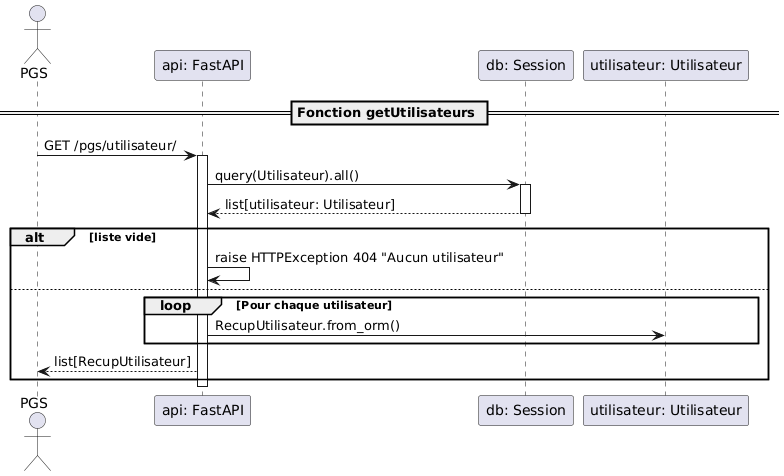
The PlantUML diagram BDD/Diagrammes/Séquence/PGS/getUtilisateurs.png in RobinMartineau/Acc-s-campus-, before a commit.
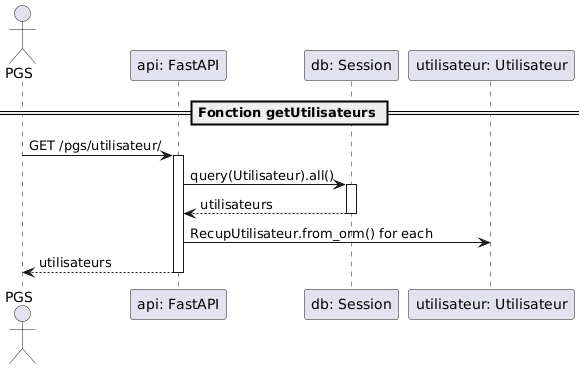
After the change.

Diff of the diagram source:
```diff
@@ -1,26 +1,19 @@
 @startuml
-== Fonction getUtilisateurs ==
 actor PGS
 participant "api: FastAPI"
 participant "db: Session"
 participant "utilisateur: Utilisateur"
 
+== Fonction getUtilisateurs ==
 PGS -> "api: FastAPI" : GET /pgs/utilisateur/
 activate "api: FastAPI"
 
 "api: FastAPI" -> "db: Session" : query(Utilisateur).all()
 activate "db: Session"
-"db: Session" --> "api: FastAPI" : list[utilisateur: Utilisateur]
+"db: Session" --> "api: FastAPI" : utilisateurs
 deactivate "db: Session"
 
-alt liste vide
-    "api: FastAPI" -> "api: FastAPI" : raise HTTPException 404 "Aucun utilisateur"
-else
-    loop Pour chaque utilisateur
-        "api: FastAPI" -> "utilisateur: Utilisateur" : RecupUtilisateur.from_orm()
-    end
-    "api: FastAPI" --> PGS : list[RecupUtilisateur]
-end
-
+"api: FastAPI" -> "utilisateur: Utilisateur" : RecupUtilisateur.from_orm() for each
+"api: FastAPI" --> PGS : utilisateurs
 deactivate "api: FastAPI"
 @enduml
```
